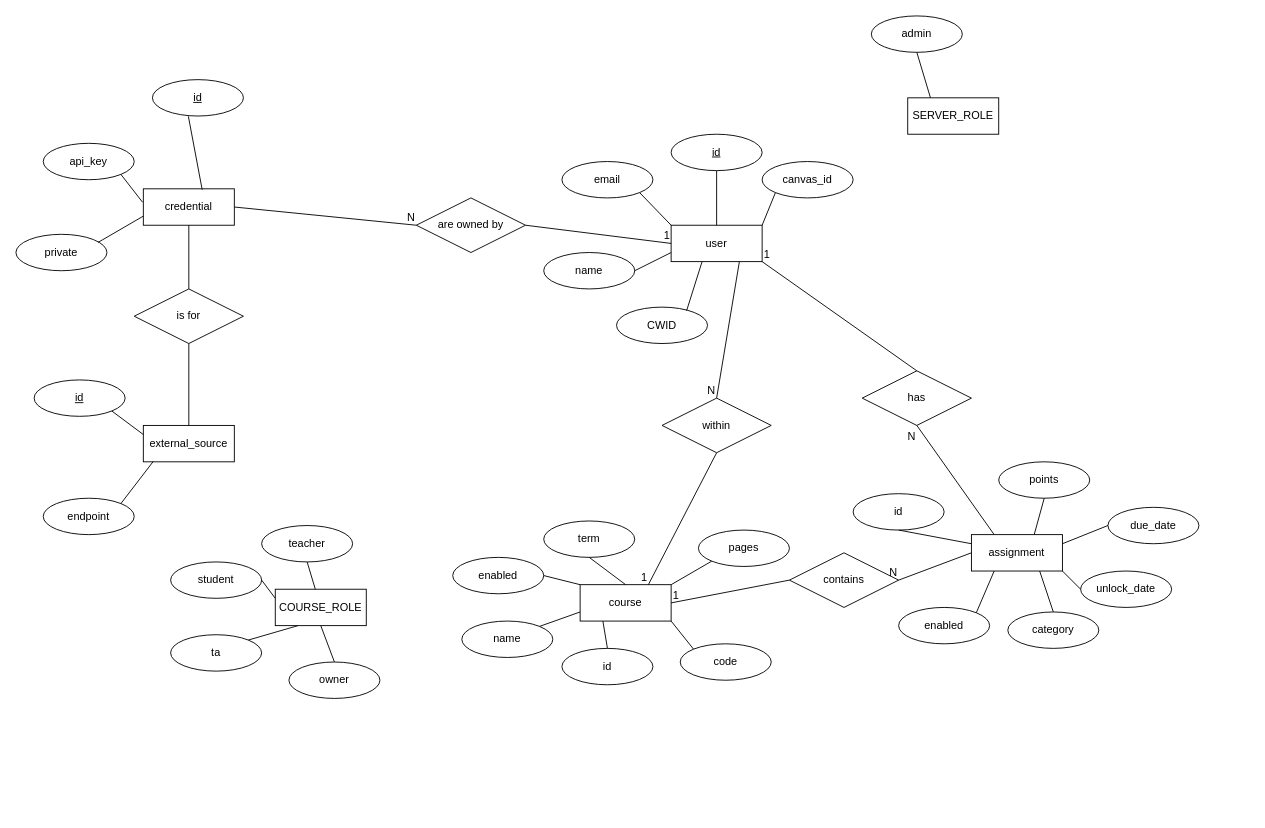
The draw.io diagram docs/erd/erd.drawio in CSCI128/packtrain, before the edit. Source tidied: cells renumbered, new cells numbered last; positions are measured from the earlier drawing's top-left corner, leaving out a move shared by most shapes. Both pictures are drawn from the tidied source at 91%, with x=0, y=0 at pixel (15, 15).
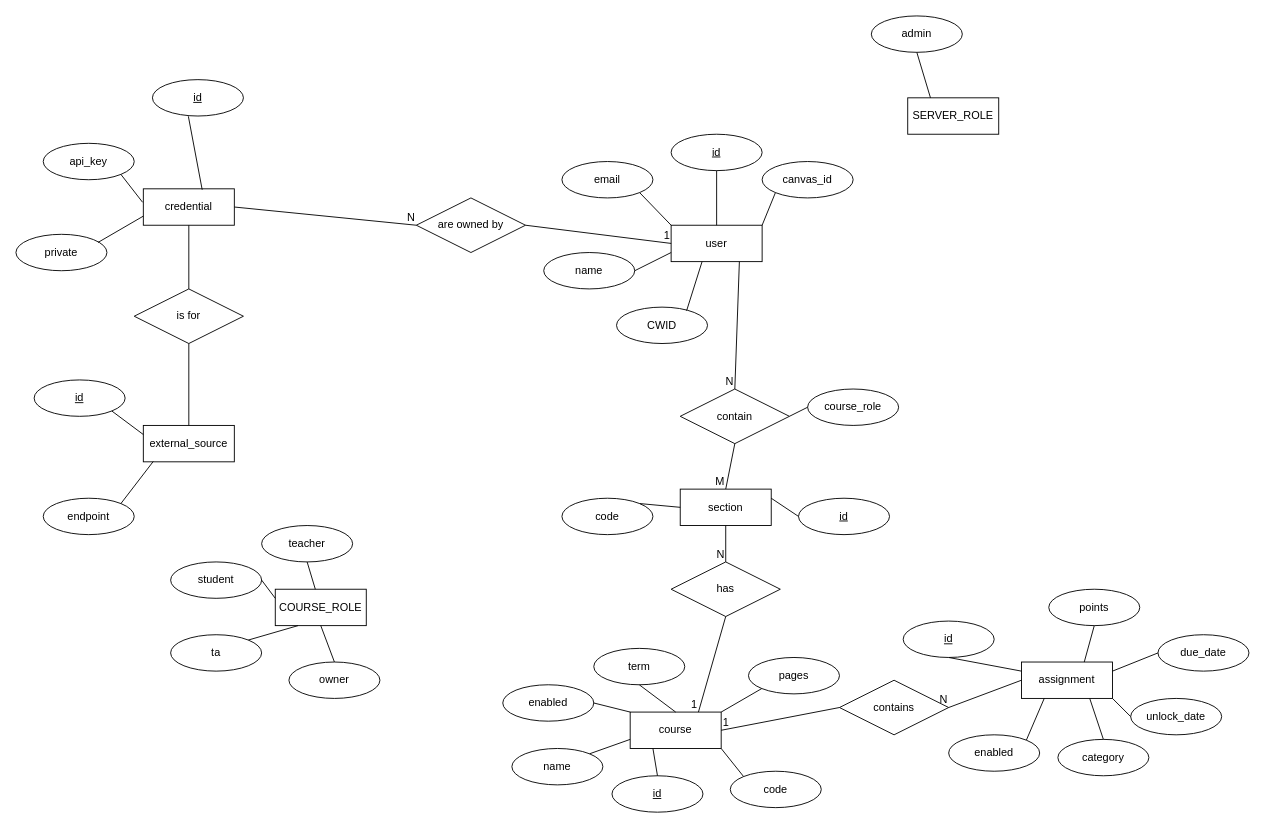
After the change.

Commit message:
Update entities in ERD

The change refers to these unchanged cells:
```xml
<mxCell id="2" value="user" style="whiteSpace=wrap;html=1;align=center;" parent="1" vertex="1">
  <mxGeometry x="720" y="230" width="100" height="40" as="geometry" />
</mxCell>
```

What changed in the source:
```diff
@@
     <mxCell id="33" value="course" style="whiteSpace=wrap;html=1;align=center;" parent="1" vertex="1">
-      <mxGeometry x="620" y="625" width="100" height="40" as="geometry" />
+      <mxGeometry x="675" y="765" width="100" height="40" as="geometry" />
     </mxCell>
@@
     <mxCell id="36" value="assignment" style="whiteSpace=wrap;html=1;align=center;" parent="1" vertex="1">
-      <mxGeometry x="1050" y="570" width="100" height="40" as="geometry" />
+      <mxGeometry x="1105" y="710" width="100" height="40" as="geometry" />
     </mxCell>
@@
     <mxCell id="47" value="enabled" style="ellipse;whiteSpace=wrap;html=1;align=center;" parent="1" vertex="1">
-      <mxGeometry x="480" y="595" width="100" height="40" as="geometry" />
+      <mxGeometry x="535" y="735" width="100" height="40" as="geometry" />
     </mxCell>
     <mxCell id="48" value="term" style="ellipse;whiteSpace=wrap;html=1;align=center;" parent="1" vertex="1">
-      <mxGeometry x="580" y="555" width="100" height="40" as="geometry" />
+      <mxGeometry x="635" y="695" width="100" height="40" as="geometry" />
     </mxCell>
     <mxCell id="49" value="code" style="ellipse;whiteSpace=wrap;html=1;align=center;" parent="1" vertex="1">
-      <mxGeometry x="730" y="690" width="100" height="40" as="geometry" />
+      <mxGeometry x="785" y="830" width="100" height="40" as="geometry" />
     </mxCell>
-    <mxCell id="50" value="id" style="ellipse;whiteSpace=wrap;html=1;align=center;" parent="1" vertex="1">
-      <mxGeometry x="600" y="695" width="100" height="40" as="geometry" />
+    <mxCell id="50" value="&lt;u&gt;id&lt;/u&gt;" style="ellipse;whiteSpace=wrap;html=1;align=center;" parent="1" vertex="1">
+      <mxGeometry x="655" y="835" width="100" height="40" as="geometry" />
     </mxCell>
     <mxCell id="51" value="name" style="ellipse;whiteSpace=wrap;html=1;align=center;" parent="1" vertex="1">
-      <mxGeometry x="490" y="665" width="100" height="40" as="geometry" />
+      <mxGeometry x="545" y="805" width="100" height="40" as="geometry" />
     </mxCell>
@@
-    <mxCell id="57" value="id" style="ellipse;whiteSpace=wrap;html=1;align=center;" parent="1" vertex="1">
-      <mxGeometry x="920" y="525" width="100" height="40" as="geometry" />
+    <mxCell id="57" value="&lt;u&gt;id&lt;/u&gt;" style="ellipse;whiteSpace=wrap;html=1;align=center;" parent="1" vertex="1">
+      <mxGeometry x="975" y="665" width="100" height="40" as="geometry" />
     </mxCell>
     <mxCell id="58" value="due_date" style="ellipse;whiteSpace=wrap;html=1;align=center;" parent="1" vertex="1">
-      <mxGeometry x="1200" y="540" width="100" height="40" as="geometry" />
+      <mxGeometry x="1255" y="680" width="100" height="40" as="geometry" />
     </mxCell>
     <mxCell id="59" value="category" style="ellipse;whiteSpace=wrap;html=1;align=center;" parent="1" vertex="1">
-      <mxGeometry x="1090" y="655" width="100" height="40" as="geometry" />
+      <mxGeometry x="1145" y="795" width="100" height="40" as="geometry" />
     </mxCell>
     <mxCell id="60" value="unlock_date" style="ellipse;whiteSpace=wrap;html=1;align=center;" parent="1" vertex="1">
-      <mxGeometry x="1170" y="610" width="100" height="40" as="geometry" />
+      <mxGeometry x="1225" y="750" width="100" height="40" as="geometry" />
     </mxCell>
     <mxCell id="61" value="points" style="ellipse;whiteSpace=wrap;html=1;align=center;" parent="1" vertex="1">
-      <mxGeometry x="1080" y="490" width="100" height="40" as="geometry" />
+      <mxGeometry x="1135" y="630" width="100" height="40" as="geometry" />
     </mxCell>
@@
     <mxCell id="67" value="pages" style="ellipse;whiteSpace=wrap;html=1;align=center;" parent="1" vertex="1">
-      <mxGeometry x="750" y="565" width="100" height="40" as="geometry" />
+      <mxGeometry x="805" y="705" width="100" height="40" as="geometry" />
     </mxCell>
@@
     <mxCell id="69" value="contains" style="shape=rhombus;perimeter=rhombusPerimeter;whiteSpace=wrap;html=1;align=center;" parent="1" vertex="1">
-      <mxGeometry x="850" y="590" width="120" height="60" as="geometry" />
+      <mxGeometry x="905" y="730" width="120" height="60" as="geometry" />
     </mxCell>
@@
     <mxCell id="74" value="enabled" style="ellipse;whiteSpace=wrap;html=1;align=center;" parent="1" vertex="1">
-      <mxGeometry x="970" y="650" width="100" height="40" as="geometry" />
+      <mxGeometry x="1025" y="790" width="100" height="40" as="geometry" />
     </mxCell>
@@
-    <mxCell id="76" value="within" style="shape=rhombus;perimeter=rhombusPerimeter;whiteSpace=wrap;html=1;align=center;" parent="1" vertex="1">
-      <mxGeometry x="710" y="420" width="120" height="60" as="geometry" />
+    <mxCell id="76" value="contain" style="shape=rhombus;perimeter=rhombusPerimeter;whiteSpace=wrap;html=1;align=center;" parent="1" vertex="1">
+      <mxGeometry x="730" y="410" width="120" height="60" as="geometry" />
     </mxCell>
@@
-    <mxCell id="79" style="endArrow=none;html=1;rounded=0;entryX=0.75;entryY=0;entryDx=0;entryDy=0;exitX=0.5;exitY=1;exitDx=0;exitDy=0;" parent="1" edge="1" source="76" target="33">
-      <mxGeometry relative="1" as="geometry" />
-    </mxCell>
-    <mxCell id="80" value="1" style="html=1;whiteSpace=wrap;align=right;verticalAlign=bottom;" parent="79" vertex="1">
-      <mxGeometry x="1" relative="1" as="geometry" />
-    </mxCell>
+    <mxCell id="86" style="endArrow=none;html=1;rounded=0;entryX=0.5;entryY=0;entryDx=0;entryDy=0;exitX=0.5;exitY=1;exitDx=0;exitDy=0;" parent="1" edge="1" source="76" target="88">
+      <mxGeometry relative="1" as="geometry" />
+    </mxCell>
+    <mxCell id="87" value="M" style="html=1;whiteSpace=wrap;align=right;verticalAlign=bottom;" parent="86" vertex="1">
+      <mxGeometry x="1" relative="1" as="geometry" />
+    </mxCell>
+    <mxCell id="88" value="section" style="whiteSpace=wrap;html=1;align=center;" parent="1" vertex="1">
+      <mxGeometry x="730" y="520" width="100" height="40" as="geometry" />
+    </mxCell>
+    <mxCell id="89" value="course_role" style="ellipse;whiteSpace=wrap;html=1;align=center;" parent="1" vertex="1">
+      <mxGeometry x="870" y="410" width="100" height="40" as="geometry" />
+    </mxCell>
+    <mxCell id="90" style="endArrow=none;html=1;rounded=0;entryX=0;entryY=0.5;entryDx=0;entryDy=0;exitX=1;exitY=0.5;exitDx=0;exitDy=0;" parent="1" edge="1" source="76" target="89">
+      <mxGeometry relative="1" as="geometry" />
+    </mxCell>
     <mxCell id="81" value="has" style="shape=rhombus;perimeter=rhombusPerimeter;whiteSpace=wrap;html=1;align=center;" parent="1" vertex="1">
-      <mxGeometry x="930" y="390" width="120" height="60" as="geometry" />
+      <mxGeometry x="720" y="600" width="120" height="60" as="geometry" />
     </mxCell>
-    <mxCell id="82" style="endArrow=none;html=1;rounded=0;entryX=1;entryY=1;entryDx=0;entryDy=0;exitX=0.5;exitY=0;exitDx=0;exitDy=0;" parent="1" edge="1" source="81" target="2">
-      <mxGeometry relative="1" as="geometry" />
-    </mxCell>
-    <mxCell id="83" value="1" style="html=1;whiteSpace=wrap;align=right;verticalAlign=bottom;" parent="82" vertex="1">
-      <mxGeometry x="1" relative="1" as="geometry">
-        <mxPoint x="10" as="offset" />
-      </mxGeometry>
-    </mxCell>
-    <mxCell id="84" style="endArrow=none;html=1;rounded=0;entryX=0.5;entryY=1;entryDx=0;entryDy=0;exitX=0.25;exitY=0;exitDx=0;exitDy=0;" parent="1" edge="1" source="36" target="81">
-      <mxGeometry relative="1" as="geometry" />
-    </mxCell>
+    <mxCell id="91" style="endArrow=none;html=1;rounded=0;exitX=0.5;exitY=1;exitDx=0;exitDy=0;entryX=0.5;entryY=0;entryDx=0;entryDy=0;" parent="1" edge="1" source="88" target="81">
+      <mxGeometry relative="1" as="geometry" />
+    </mxCell>
-    <mxCell id="85" value="N" style="html=1;whiteSpace=wrap;align=right;verticalAlign=bottom;" parent="84" vertex="1">
-      <mxGeometry x="1" relative="1" as="geometry">
-        <mxPoint y="20" as="offset" />
-      </mxGeometry>
+    <mxCell id="85" value="N" style="html=1;whiteSpace=wrap;align=right;verticalAlign=bottom;" parent="91" vertex="1">
+      <mxGeometry x="1" relative="1" as="geometry" />
     </mxCell>
+    <mxCell id="92" style="endArrow=none;html=1;rounded=0;entryX=0.75;entryY=0;entryDx=0;entryDy=0;exitX=0.5;exitY=1;exitDx=0;exitDy=0;" parent="1" edge="1" source="81" target="33">
+      <mxGeometry relative="1" as="geometry" />
+    </mxCell>
+    <mxCell id="93" value="1" style="html=1;whiteSpace=wrap;align=right;verticalAlign=bottom;" parent="92" vertex="1">
+      <mxGeometry x="1" relative="1" as="geometry" />
+    </mxCell>
+    <mxCell id="94" value="&lt;u&gt;id&lt;/u&gt;" style="ellipse;whiteSpace=wrap;html=1;align=center;" parent="1" vertex="1">
+      <mxGeometry x="860" y="530" width="100" height="40" as="geometry" />
+    </mxCell>
+    <mxCell id="95" style="endArrow=none;html=1;rounded=0;entryX=0;entryY=0.5;entryDx=0;entryDy=0;exitX=1;exitY=0.25;exitDx=0;exitDy=0;" parent="1" edge="1" source="88" target="94">
+      <mxGeometry relative="1" as="geometry" />
+    </mxCell>
+    <mxCell id="96" value="code" style="ellipse;whiteSpace=wrap;html=1;align=center;" parent="1" vertex="1">
+      <mxGeometry x="600" y="530" width="100" height="40" as="geometry" />
+    </mxCell>
+    <mxCell id="97" style="endArrow=none;html=1;rounded=0;exitX=1;exitY=0;exitDx=0;exitDy=0;entryX=0;entryY=0.5;entryDx=0;entryDy=0;" parent="1" edge="1" source="96" target="88">
+      <mxGeometry relative="1" as="geometry" />
+    </mxCell>
```
